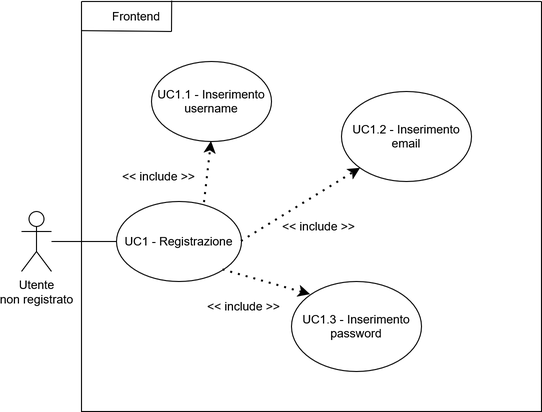
Earlier version of the draw.io export assets/diagrams/UC1.png (SkarabGroup/DocumentazioneProgetto). Source tidied: cells renumbered, new cells last; positions are measured from the earlier drawing's top-left corner, leaving out a move shared by most shapes.
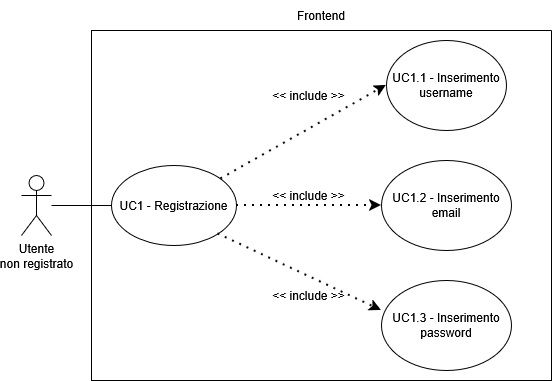
After the commit.

Diff of the diagram source:
```diff
@@ -3,52 +3,46 @@
     <mxCell id="0" />
     <mxCell id="1" parent="0" />
     <mxCell id="2" value="&lt;div&gt;Utente&lt;/div&gt;&lt;div&gt;non registrato&lt;/div&gt;" style="shape=umlActor;verticalLabelPosition=bottom;verticalAlign=top;html=1;outlineConnect=0;" parent="1" vertex="1">
-      <mxGeometry y="210" width="30" height="60" as="geometry" />
+      <mxGeometry x="-20" y="145" width="30" height="60" as="geometry" />
     </mxCell>
     <mxCell id="3" style="swimlane;startSize=0;" parent="1" vertex="1">
-      <mxGeometry x="60" width="460" height="410" as="geometry" />
+      <mxGeometry x="50" width="460" height="350" as="geometry" />
     </mxCell>
     <mxCell id="4" value="&lt;div&gt;UC1 - Registrazione&lt;/div&gt;" style="ellipse;whiteSpace=wrap;html=1;" parent="3" vertex="1">
-      <mxGeometry x="35" y="200" width="125" height="80" as="geometry" />
+      <mxGeometry x="20" y="135" width="125" height="80" as="geometry" />
     </mxCell>
     <mxCell id="5" value="UC1.1 - Inserimento username" style="ellipse;whiteSpace=wrap;html=1;" parent="3" vertex="1">
-      <mxGeometry x="70" y="60" width="120" height="80" as="geometry" />
+      <mxGeometry x="295" y="10" width="120" height="90" as="geometry" />
     </mxCell>
-    <mxCell id="6" style="endArrow=classic;dashed=1;html=1;dashPattern=1 3;strokeWidth=2;rounded=0;entryX=0.5;entryY=1;entryDx=0;entryDy=0;exitX=0.704;exitY=0.013;exitDx=0;exitDy=0;strokeColor=default;curved=0;endFill=1;endSize=6;exitPerimeter=0;" parent="3" edge="1" source="4" target="5">
+    <mxCell id="6" style="endArrow=classic;dashed=1;html=1;dashPattern=1 3;strokeWidth=2;rounded=0;entryX=0;entryY=0.5;entryDx=0;entryDy=0;strokeColor=default;curved=0;endFill=1;endSize=6;" parent="3" edge="1" source="4" target="5">
       <mxGeometry relative="1" as="geometry" />
     </mxCell>
     <mxCell id="7" value="&amp;lt;&amp;lt; include &amp;gt;&amp;gt;" style="text;html=1;whiteSpace=wrap;strokeColor=none;fillColor=none;align=center;verticalAlign=middle;rounded=0;" parent="3" vertex="1">
-      <mxGeometry x="30" y="160" width="95" height="30" as="geometry" />
+      <mxGeometry x="170" y="150" width="95" height="30" as="geometry" />
     </mxCell>
     <mxCell id="8" value="UC1.2 - Inserimento email" style="ellipse;whiteSpace=wrap;html=1;" parent="3" vertex="1">
-      <mxGeometry x="260" y="90" width="130" height="90" as="geometry" />
+      <mxGeometry x="290" y="130" width="130" height="90" as="geometry" />
     </mxCell>
-    <mxCell id="9" style="endArrow=classic;dashed=1;html=1;dashPattern=1 3;strokeWidth=2;rounded=0;entryX=0;entryY=1;entryDx=0;entryDy=0;exitX=1;exitY=0.5;exitDx=0;exitDy=0;strokeColor=default;curved=0;endFill=1;endSize=6;" parent="3" edge="1" source="4" target="8">
+    <mxCell id="9" style="endArrow=classic;dashed=1;html=1;dashPattern=1 3;strokeWidth=2;rounded=0;entryX=0;entryY=0.5;entryDx=0;entryDy=0;exitX=1;exitY=0.5;exitDx=0;exitDy=0;strokeColor=default;curved=0;endFill=1;endSize=6;" parent="3" edge="1" source="4" target="8">
       <mxGeometry relative="1" as="geometry" />
     </mxCell>
     <mxCell id="10" value="&amp;lt;&amp;lt; include &amp;gt;&amp;gt;" style="text;html=1;whiteSpace=wrap;strokeColor=none;fillColor=none;align=center;verticalAlign=middle;rounded=0;" parent="3" vertex="1">
-      <mxGeometry x="190" y="210" width="95" height="30" as="geometry" />
+      <mxGeometry x="170" y="250" width="95" height="30" as="geometry" />
     </mxCell>
-    <mxCell id="11" value="&lt;div&gt;Frontend&lt;/div&gt;" style="text;html=1;whiteSpace=wrap;strokeColor=none;fillColor=none;align=center;verticalAlign=middle;rounded=0;" parent="3" vertex="1">
-      <mxGeometry x="20" width="70" height="30" as="geometry" />
-    </mxCell>
     <mxCell id="12" value="UC1.3 - Inserimento password" style="ellipse;whiteSpace=wrap;html=1;" parent="3" vertex="1">
-      <mxGeometry x="210" y="280" width="130" height="90" as="geometry" />
+      <mxGeometry x="290" y="250" width="130" height="90" as="geometry" />
     </mxCell>
-    <mxCell id="13" style="endArrow=classic;dashed=1;html=1;dashPattern=1 3;strokeWidth=2;rounded=0;entryX=0;entryY=0;entryDx=0;entryDy=0;exitX=1;exitY=1;exitDx=0;exitDy=0;strokeColor=default;curved=0;endFill=1;endSize=6;" parent="3" edge="1" source="4" target="12">
+    <mxCell id="13" style="endArrow=classic;dashed=1;html=1;dashPattern=1 3;strokeWidth=2;rounded=0;entryX=0;entryY=0.333;entryDx=0;entryDy=0;exitX=1;exitY=1;exitDx=0;exitDy=0;strokeColor=default;curved=0;endFill=1;endSize=6;entryPerimeter=0;" parent="3" edge="1" source="4" target="12">
       <mxGeometry relative="1" as="geometry" />
     </mxCell>
     <mxCell id="14" value="&amp;lt;&amp;lt; include &amp;gt;&amp;gt;" style="text;html=1;whiteSpace=wrap;strokeColor=none;fillColor=none;align=center;verticalAlign=middle;rounded=0;" parent="3" vertex="1">
-      <mxGeometry x="115" y="290" width="95" height="30" as="geometry" />
+      <mxGeometry x="170" y="50" width="95" height="30" as="geometry" />
     </mxCell>
-    <mxCell id="15" style="endArrow=none;html=1;rounded=0;entryX=0.196;entryY=-0.002;entryDx=0;entryDy=0;exitX=1;exitY=1;exitDx=0;exitDy=0;entryPerimeter=0;" parent="3" edge="1" source="11" target="3">
-      <mxGeometry relative="1" as="geometry" />
-    </mxCell>
-    <mxCell id="16" style="endArrow=none;html=1;rounded=0;entryX=1;entryY=1;entryDx=0;entryDy=0;exitX=0;exitY=0.071;exitDx=0;exitDy=0;exitPerimeter=0;" parent="3" edge="1" source="3" target="11">
-      <mxGeometry relative="1" as="geometry" />
-    </mxCell>
     <mxCell id="17" style="endArrow=none;html=1;rounded=0;entryX=0;entryY=0.5;entryDx=0;entryDy=0;" parent="1" edge="1" source="2" target="4">
       <mxGeometry relative="1" as="geometry" />
     </mxCell>
+    <mxCell id="11" value="Frontend" style="text;html=1;whiteSpace=wrap;strokeColor=none;fillColor=none;align=center;verticalAlign=middle;rounded=0;" parent="1" vertex="1">
+      <mxGeometry x="245" y="-30" width="70" height="30" as="geometry" />
+    </mxCell>
   </root>
 </mxGraphModel>
```
